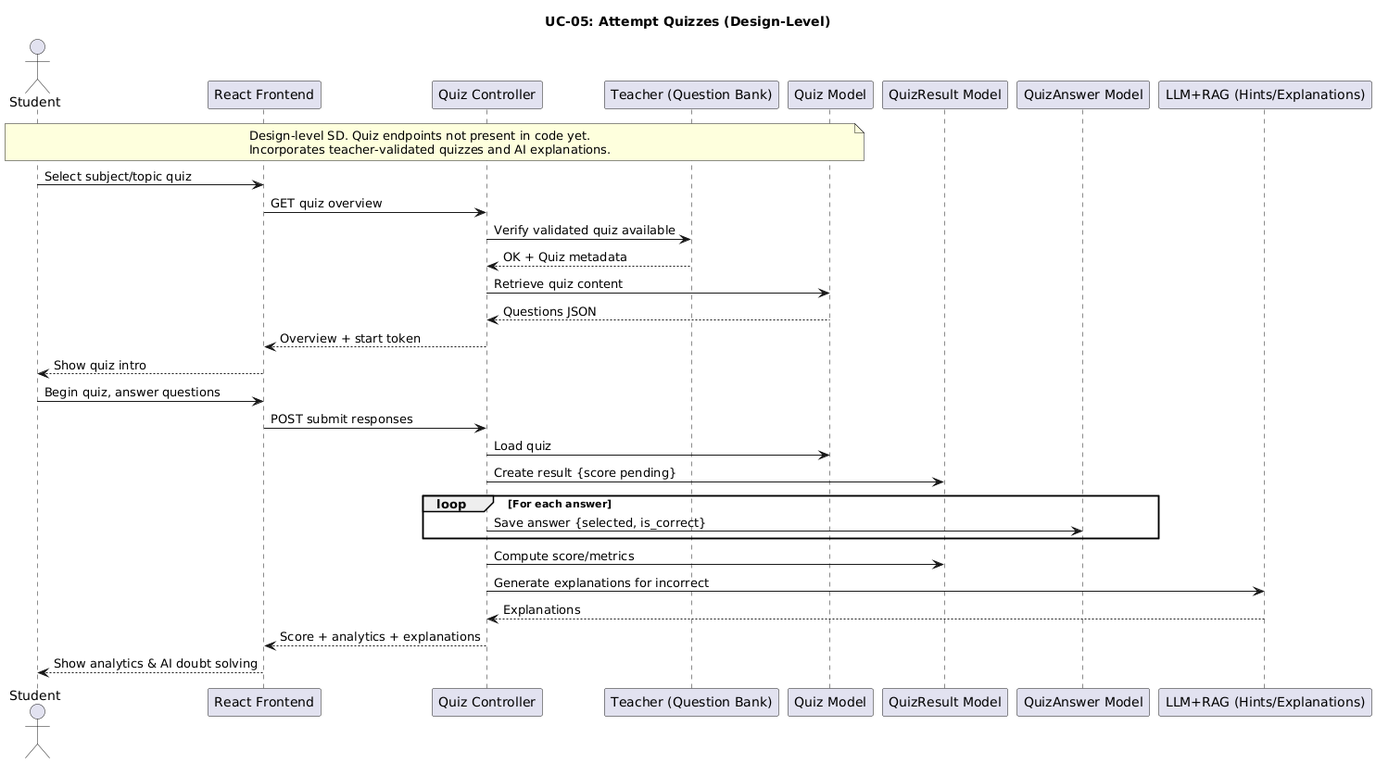
MMMustafakamran/SDs keeps this PlantUML diagram as planttext/us5-v1.png. Above is the earlier version.
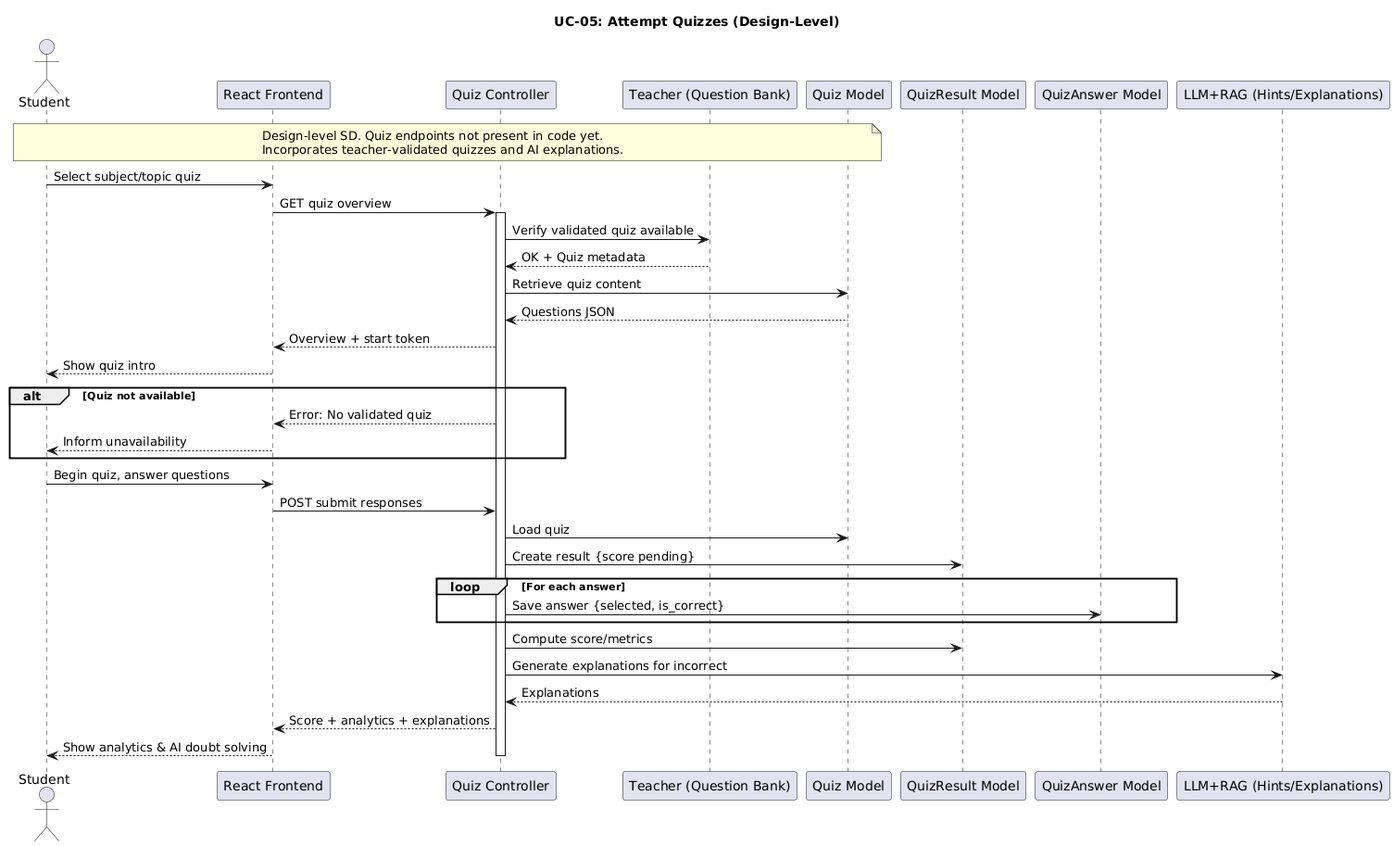
After the change.

Diff of the diagram source:
```diff
@@ -17,12 +17,18 @@
 
 Student -> Frontend : Select subject/topic quiz
 Frontend -> QuizAPI : GET quiz overview
+activate QuizAPI
 QuizAPI -> Teacher : Verify validated quiz available
 Teacher --> QuizAPI : OK + Quiz metadata
 QuizAPI -> Quiz : Retrieve quiz content
 Quiz --> QuizAPI : Questions JSON
 QuizAPI --> Frontend : Overview + start token
 Frontend --> Student : Show quiz intro
+
+alt Quiz not available
+    QuizAPI --> Frontend : Error: No validated quiz
+    Frontend --> Student : Inform unavailability
+end
 
 Student -> Frontend : Begin quiz, answer questions
 Frontend -> QuizAPI : POST submit responses
@@ -36,4 +42,6 @@
 LLM --> QuizAPI : Explanations
 QuizAPI --> Frontend : Score + analytics + explanations
 Frontend --> Student : Show analytics & AI doubt solving
+
+deactivate QuizAPI
 @enduml
```
